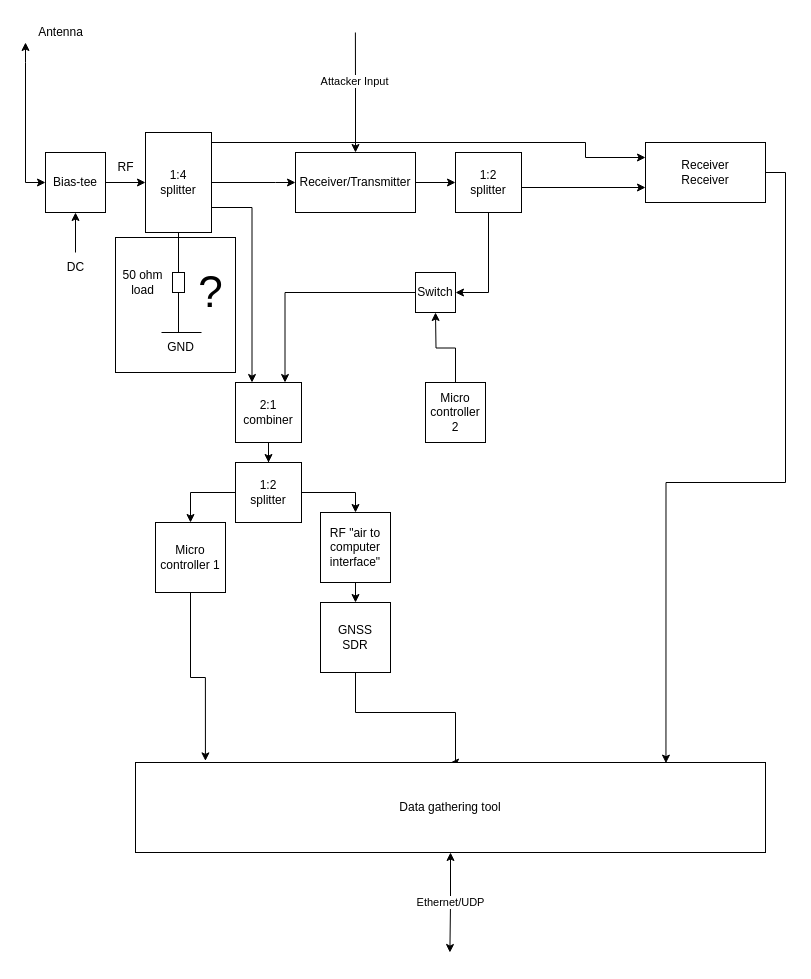
torejohansson97/tightly-coupled-gnss-data-logger keeps this draw.io diagram as page "Radio Circuit" (3 of 4) of GNSS Datalogger Blockdiagram.drawio. Above is the earlier version. Source tidied: cells renumbered, new cells numbered last; positions are measured from the earlier drawing's top-left corner, leaving out a move shared by most shapes. Both pictures are drawn from the tidied source at 100%, with x=0, y=0 at pixel (25, 17).
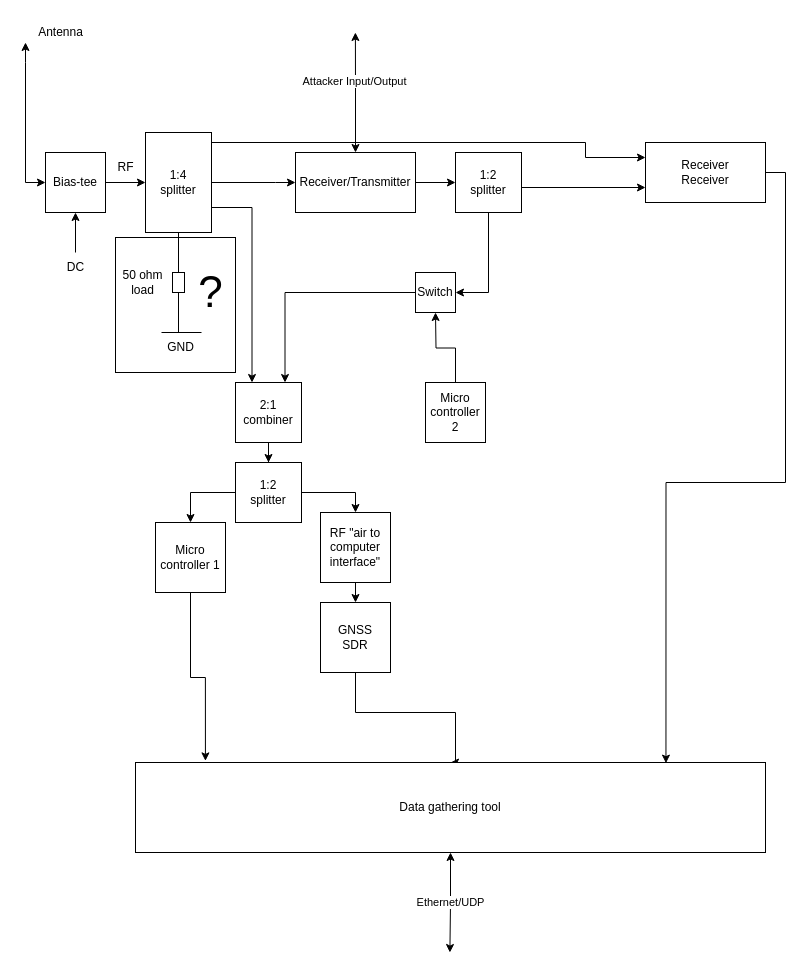
Above is the later version.

Unchanged cells that the change refers to:
```xml
<mxCell id="15" value="Receiver/Transmitter" style="whiteSpace=wrap;html=1;" parent="1" vertex="1">
  <mxGeometry x="270" y="135" width="120" height="60" as="geometry" />
</mxCell>
```

What changed in the source:
```diff
@@
-    <mxCell id="13" style="edgeStyle=orthogonalEdgeStyle;rounded=0;jettySize=auto;html=1;exitX=0.5;exitY=0;exitDx=0;exitDy=0;endArrow=none;endFill=0;startArrow=classic;startFill=1;" parent="1" edge="1" source="15">
+    <mxCell id="13" style="edgeStyle=orthogonalEdgeStyle;rounded=0;jettySize=auto;html=1;exitX=0.5;exitY=0;exitDx=0;exitDy=0;endArrow=classic;endFill=1;startArrow=classic;startFill=1;" parent="1" edge="1" source="15">
       <mxGeometry relative="1" as="geometry">
         <mxPoint x="329.9" y="15" as="targetPoint" />
       </mxGeometry>
     </mxCell>
-    <mxCell id="14" value="Attacker Input" style="edgeLabel;html=1;align=center;verticalAlign=middle;" parent="13" vertex="1">
+    <mxCell id="14" value="Attacker Input/Output" style="edgeLabel;html=1;align=center;verticalAlign=middle;" parent="13" vertex="1">
       <mxGeometry x="0.19" y="2" relative="1" as="geometry" />
     </mxCell>
```
